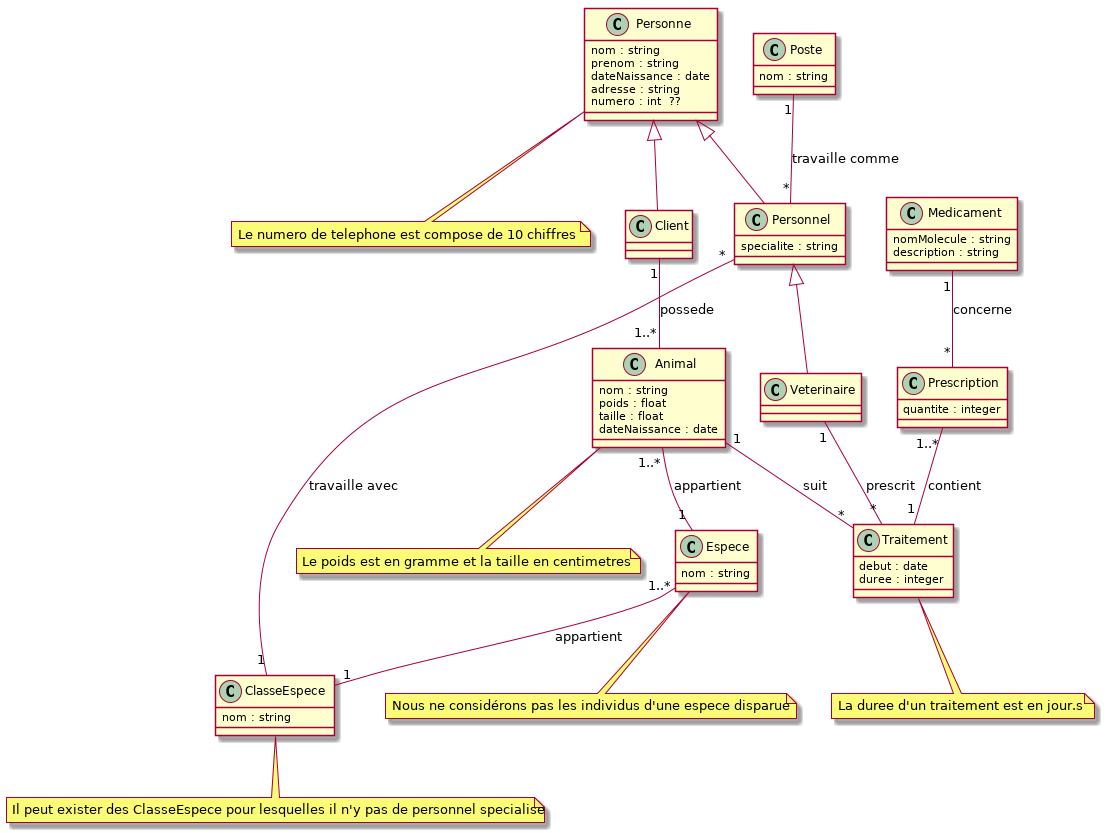
The PlantUML diagram clinique_uml_v1.png in giacat-tran0198/PHP_Veterinary_Clinic, before a commit. The source it was exported from:
```plantuml
@startuml
class Personne {
    nom : string
    prenom : string
    dateNaissance : date
    adresse : string
    numero : int  ??
}

class Client {

}

class Personnel {
    specialite : string
}

class Poste {
    nom : string
}

class Veterinaire {

}

class Animal {
    nom : string
    poids : float
    taille : float
    dateNaissance : date
}

class Espece {
    nom : string
}

class ClasseEspece {
    nom : string
}



class Traitement {
    debut : date
    duree : integer
}

class Prescription {
    quantite : integer
}

class Medicament {
    nomMolecule : string
    description : string
}




Poste "1" -- "*" Personnel : travaille comme
Veterinaire "1" -- "*" Traitement : prescrit
Client "1" -- "1..*" Animal : possede
Animal "1" -- "*" Traitement : suit
Medicament "1" -- "*" Prescription : concerne
Prescription "1..*" -- "1" Traitement : contient
Animal "1..*" -- "1" Espece : appartient
Espece "1..*" -- "1" ClasseEspece : appartient
Personnel "*" -- "1" ClasseEspece : travaille avec


Personne  <|-- Client
Personne  <|-- Personnel
Personnel <|-- Veterinaire


note "Le numero de telephone est compose de 10 chiffres " as N1
note "Le poids est en gramme et la taille en centimetres" as N2
note "La duree d'un traitement est en jour.s" as N3
note "Nous ne considérons pas les individus d'une espece disparue" as N4
note "Il peut exister des ClasseEspece pour lesquelles il n'y pas de personnel specialise" as N5
Personne -- N1
Animal -- N2
Traitement -- N3
Espece -- N4
ClasseEspece -- N5

@enduml
```
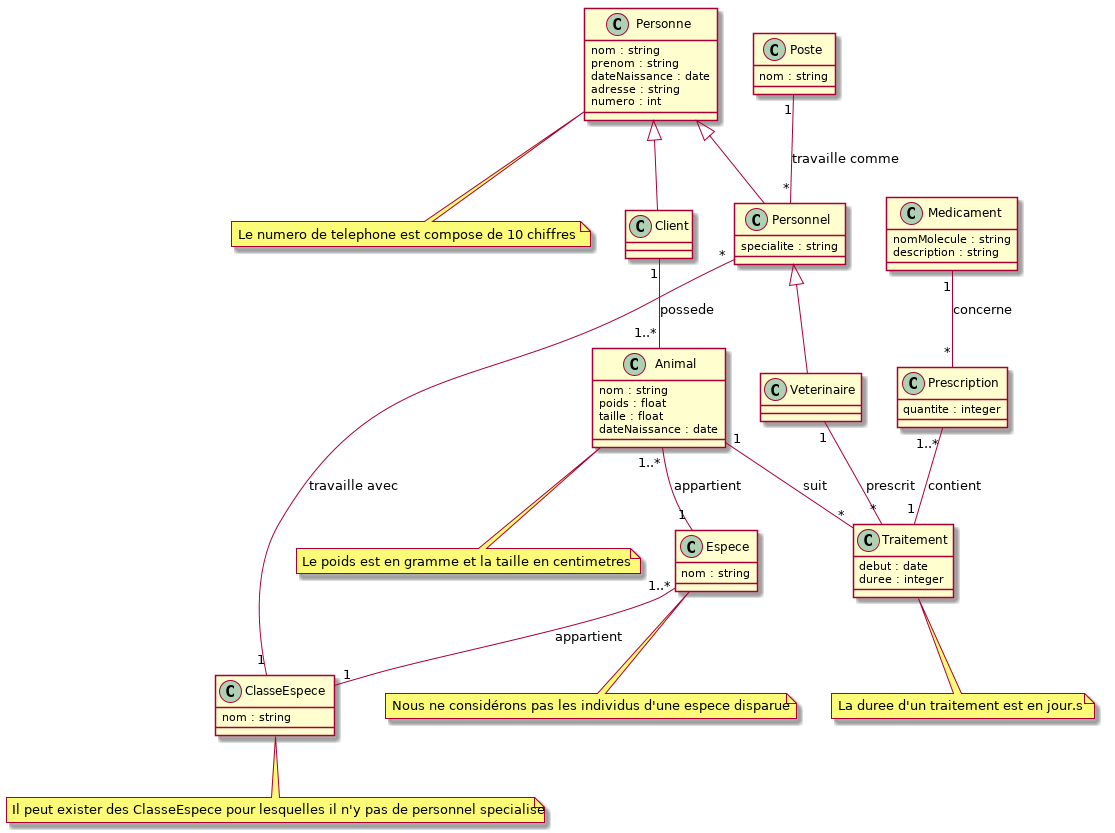
The same file after the commit.

Commit message:
correction sur l'uml

What changed in the source:
```diff
@@ -4,7 +4,7 @@
     prenom : string
     dateNaissance : date
     adresse : string
-    numero : int  ??
+    numero : int
 }
 
 class Client {
```
